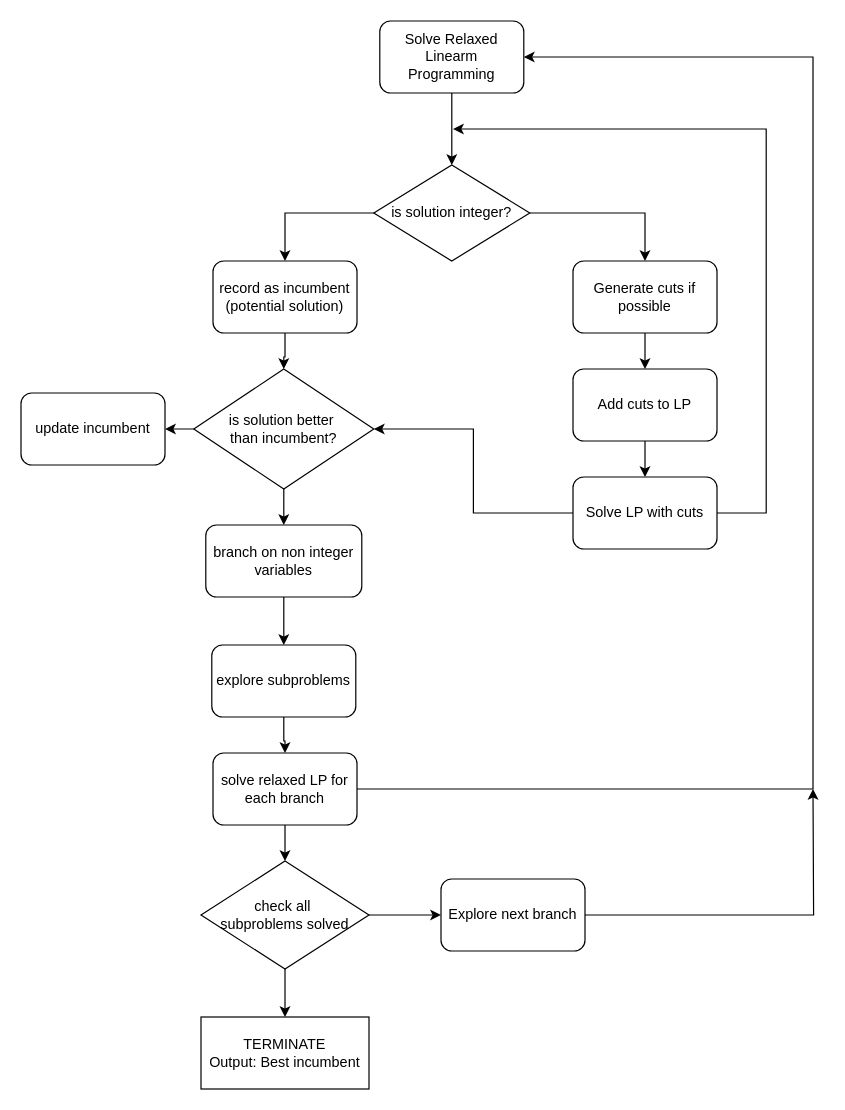
Earlier version of the draw.io diagram cbc.drawio (chinjyanson/SmartGrid). Source tidied: cells renumbered, new cells numbered last; positions are measured from the earlier drawing's top-left corner, leaving out a move shared by most shapes. Both pictures are drawn from the tidied source at 120%, with x=0, y=0 at pixel (20, 20).
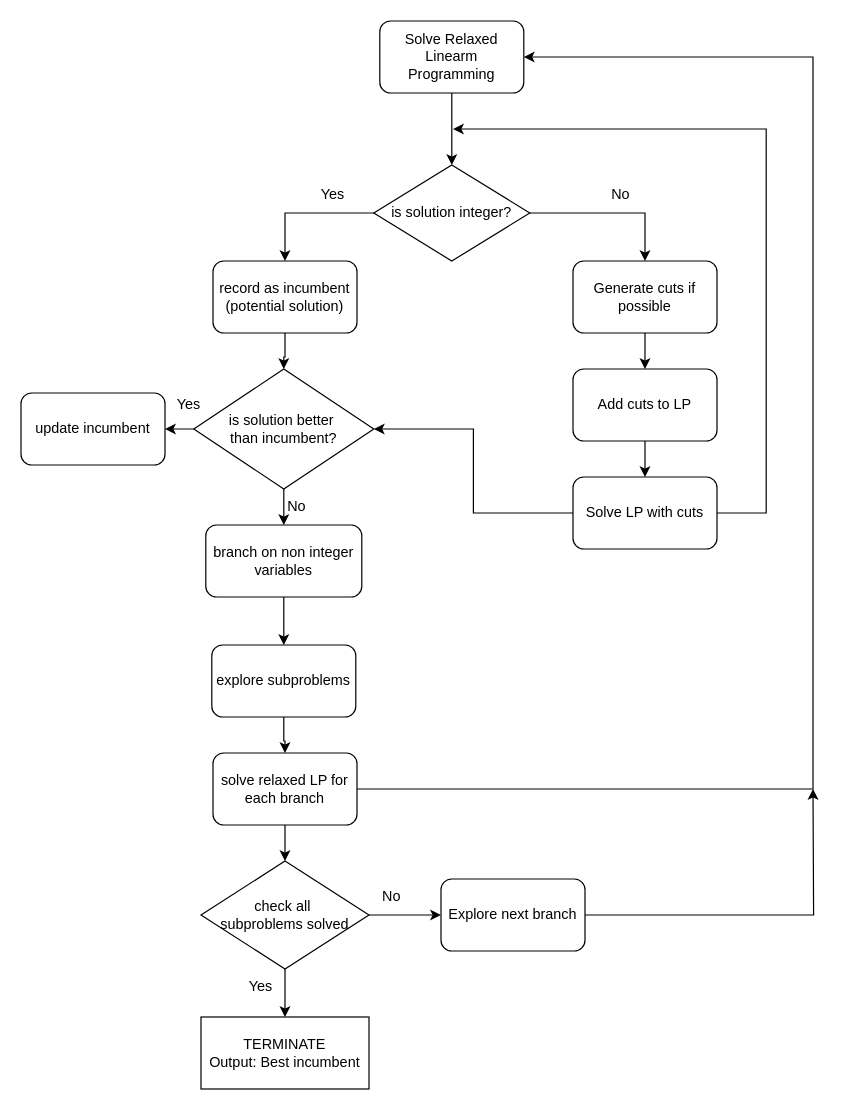
Above is the later version.

The edit, as a diff of the source:
```diff
@@
+    <mxCell id="33" value="Yes" style="text;html=1;align=center;verticalAlign=middle;whiteSpace=wrap;rounded=0;" parent="1" vertex="1">
+      <mxGeometry x="230" y="130" width="60" height="30" as="geometry" />
+    </mxCell>
+    <mxCell id="34" value="No" style="text;html=1;align=center;verticalAlign=middle;whiteSpace=wrap;rounded=0;" parent="1" vertex="1">
+      <mxGeometry x="470" y="130" width="60" height="30" as="geometry" />
+    </mxCell>
+    <mxCell id="35" value="Yes" style="text;html=1;align=center;verticalAlign=middle;whiteSpace=wrap;rounded=0;" parent="1" vertex="1">
+      <mxGeometry x="110" y="305" width="60" height="30" as="geometry" />
+    </mxCell>
+    <mxCell id="36" value="Yes" style="text;html=1;align=center;verticalAlign=middle;whiteSpace=wrap;rounded=0;" parent="1" vertex="1">
+      <mxGeometry x="170" y="790" width="60" height="30" as="geometry" />
+    </mxCell>
+    <mxCell id="37" value="No" style="text;html=1;align=center;verticalAlign=middle;whiteSpace=wrap;rounded=0;" parent="1" vertex="1">
+      <mxGeometry x="200" y="390" width="60" height="30" as="geometry" />
+    </mxCell>
+    <mxCell id="38" value="No" style="text;html=1;align=center;verticalAlign=middle;whiteSpace=wrap;rounded=0;" parent="1" vertex="1">
+      <mxGeometry x="279" y="715" width="60" height="30" as="geometry" />
+    </mxCell>
```
